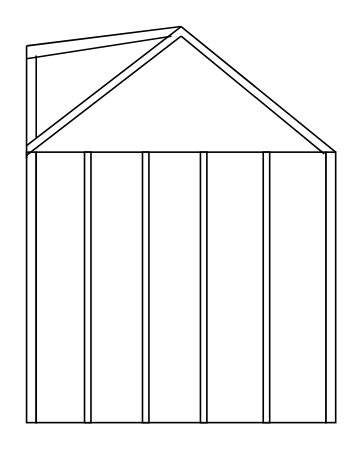
The draw.io diagram etc/build/Billings Elevation Width.drawio in dpolaristar/drawio, before the edit. Source tidied: cells renumbered, new cells numbered last; positions are measured from the earlier drawing's top-left corner, leaving out a move shared by most shapes. Both pictures are drawn from the tidied source at 161%, with x=0, y=0 at pixel (18, 26).
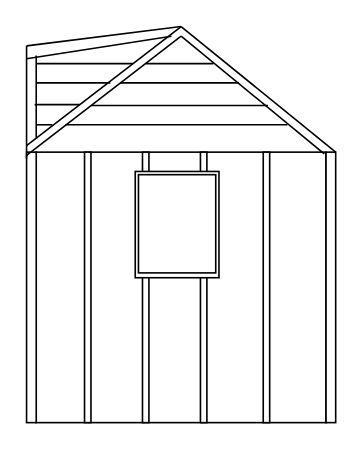
The same diagram, later.

Change to the diagram source:
```diff
@@
+    <mxCell id="3" style="rounded=0;whiteSpace=wrap;html=1;" parent="1" vertex="1">
+      <mxGeometry x="11" y="78" width="180" height="168" as="geometry" />
+    </mxCell>
+    <mxCell id="7" style="rounded=0;whiteSpace=wrap;html=1;" parent="1" vertex="1">
+      <mxGeometry x="113" y="78" width="4" height="168" as="geometry" />
+    </mxCell>
+    <mxCell id="6" style="rounded=0;whiteSpace=wrap;html=1;" parent="1" vertex="1">
+      <mxGeometry x="77" y="78" width="4" height="168" as="geometry" />
+    </mxCell>
+    <mxCell id="17" style="rounded=0;whiteSpace=wrap;html=1;strokeWidth=1;" parent="1" vertex="1">
+      <mxGeometry x="72.5" y="90" width="52" height="66" as="geometry" />
+    </mxCell>
@@
-    <mxCell id="3" style="rounded=0;whiteSpace=wrap;html=1;" parent="1" vertex="1">
-      <mxGeometry x="11" y="78" width="180" height="168" as="geometry" />
-    </mxCell>
@@
-    <mxCell id="6" style="rounded=0;whiteSpace=wrap;html=1;" parent="1" vertex="1">
-      <mxGeometry x="77" y="78" width="4" height="168" as="geometry" />
-    </mxCell>
-    <mxCell id="7" style="rounded=0;whiteSpace=wrap;html=1;" parent="1" vertex="1">
-      <mxGeometry x="113" y="78" width="4" height="168" as="geometry" />
-    </mxCell>
@@
+    <mxCell id="18" style="line;strokeWidth=1;html=1;" parent="1" vertex="1">
+      <mxGeometry x="11" y="18" width="60" height="10" as="geometry" />
+    </mxCell>
+    <mxCell id="19" style="line;strokeWidth=1;html=1;" parent="1" vertex="1">
+      <mxGeometry x="11" y="30" width="46" height="10" as="geometry" />
+    </mxCell>
+    <mxCell id="20" style="line;strokeWidth=1;html=1;" parent="1" vertex="1">
+      <mxGeometry x="10" y="43.5" width="28" height="10" as="geometry" />
+    </mxCell>
+    <mxCell id="21" style="line;strokeWidth=1;html=1;" parent="1" vertex="1">
+      <mxGeometry x="79" y="18" width="42" height="10" as="geometry" />
+    </mxCell>
+    <mxCell id="22" style="line;strokeWidth=1;html=1;" parent="1" vertex="1">
+      <mxGeometry x="63" y="30" width="74" height="10" as="geometry" />
+    </mxCell>
+    <mxCell id="23" style="line;strokeWidth=1;html=1;" parent="1" vertex="1">
+      <mxGeometry x="45" y="44" width="110" height="10" as="geometry" />
+    </mxCell>
+    <mxCell id="24" style="line;strokeWidth=1;html=1;" parent="1" vertex="1">
+      <mxGeometry x="11" y="56" width="10" height="10" as="geometry" />
+    </mxCell>
+    <mxCell id="25" style="line;strokeWidth=1;html=1;" parent="1" vertex="1">
+      <mxGeometry x="29" y="56" width="138" height="10" as="geometry" />
+    </mxCell>
+    <mxCell id="26" style="rounded=0;whiteSpace=wrap;html=1;strokeWidth=1;direction=south;" parent="1" vertex="1">
+      <mxGeometry x="74.5" y="92" width="48" height="61" as="geometry" />
+    </mxCell>
```
